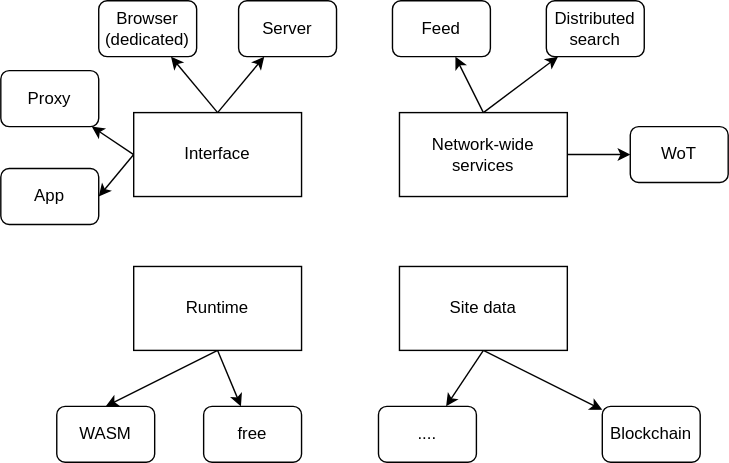
Before: arch.drawio.svg, a diagram exported from draw.io (planetoryd/blog). Source tidied: cells renumbered, new cells last; positions are measured from the earlier drawing's top-left corner, leaving out a move shared by most shapes.
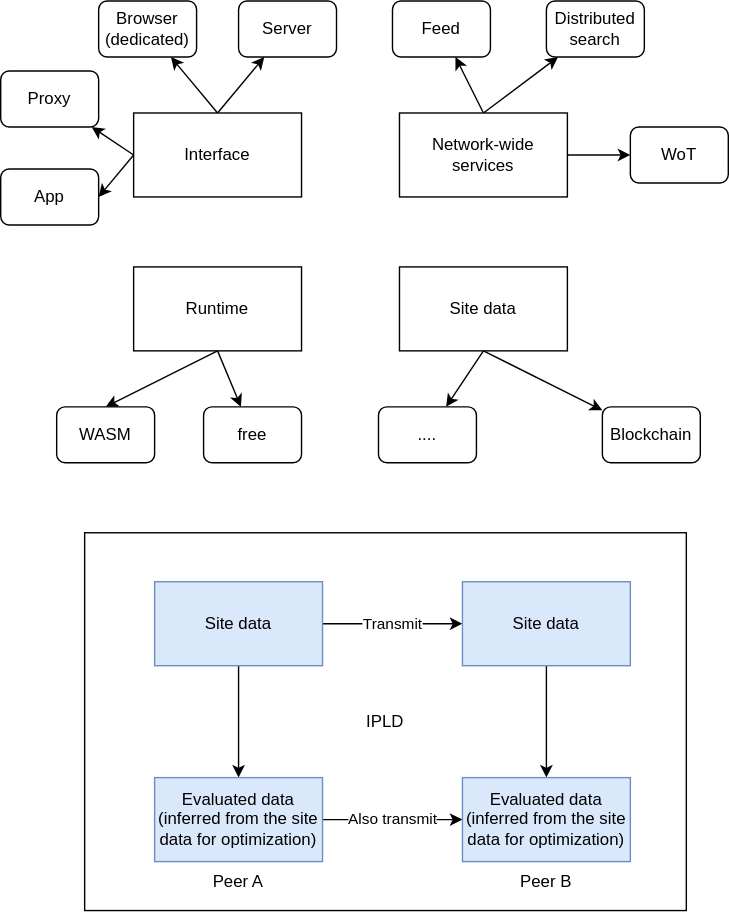
Later version of the same file.

The edit, as a diff of the source:
```diff
@@ -2,6 +2,9 @@
   <root>
     <mxCell id="0" />
     <mxCell id="1" parent="0" />
+    <mxCell id="28" value="IPLD" style="rounded=0;whiteSpace=wrap;html=1;" parent="1" vertex="1">
+      <mxGeometry x="60" y="380" width="430" height="270" as="geometry" />
+    </mxCell>
     <mxCell id="2" style="edgeStyle=none;rounded=0;jettySize=auto;html=1;exitX=0.5;exitY=0;exitDx=0;exitDy=0;" parent="1" edge="1" source="6" target="24">
       <mxGeometry relative="1" as="geometry" />
     </mxCell>
@@ -80,5 +83,35 @@
     <mxCell id="27" value="App" style="rounded=1;whiteSpace=wrap;html=1;" parent="1" vertex="1">
       <mxGeometry y="120" width="70" height="40" as="geometry" />
     </mxCell>
+    <mxCell id="29" style="edgeStyle=orthogonalEdgeStyle;rounded=0;jettySize=auto;html=1;" parent="1" edge="1" source="31" target="33">
+      <mxGeometry relative="1" as="geometry" />
+    </mxCell>
+    <mxCell id="30" value="Transmit" style="edgeStyle=orthogonalEdgeStyle;rounded=0;jettySize=auto;html=1;" parent="1" edge="1" source="31" target="35">
+      <mxGeometry relative="1" as="geometry" />
+    </mxCell>
+    <mxCell id="31" value="Site data" style="rounded=0;whiteSpace=wrap;html=1;fillColor=#dae8fc;strokeColor=#6c8ebf;" parent="1" vertex="1">
+      <mxGeometry x="110" y="415" width="120" height="60" as="geometry" />
+    </mxCell>
+    <mxCell id="32" value="Also transmit" style="edgeStyle=orthogonalEdgeStyle;rounded=0;jettySize=auto;html=1;exitX=1;exitY=0.5;exitDx=0;exitDy=0;" parent="1" edge="1" source="33" target="36">
+      <mxGeometry relative="1" as="geometry" />
+    </mxCell>
+    <mxCell id="33" value="Evaluated data&lt;br&gt;(inferred from the site data for optimization)" style="whiteSpace=wrap;html=1;rounded=0;fillColor=#dae8fc;strokeColor=#6c8ebf;" parent="1" vertex="1">
+      <mxGeometry x="110" y="555" width="120" height="60" as="geometry" />
+    </mxCell>
+    <mxCell id="34" style="edgeStyle=orthogonalEdgeStyle;rounded=0;jettySize=auto;html=1;" parent="1" edge="1" source="35" target="36">
+      <mxGeometry relative="1" as="geometry" />
+    </mxCell>
+    <mxCell id="35" value="Site data" style="rounded=0;whiteSpace=wrap;html=1;fillColor=#dae8fc;strokeColor=#6c8ebf;" parent="1" vertex="1">
+      <mxGeometry x="330" y="415" width="120" height="60" as="geometry" />
+    </mxCell>
+    <mxCell id="36" value="Evaluated data&lt;br&gt;(inferred from the site data for optimization)" style="whiteSpace=wrap;html=1;rounded=0;fillColor=#dae8fc;strokeColor=#6c8ebf;" parent="1" vertex="1">
+      <mxGeometry x="330" y="555" width="120" height="60" as="geometry" />
+    </mxCell>
+    <mxCell id="37" value="Peer A" style="text;html=1;strokeColor=none;fillColor=none;align=center;verticalAlign=middle;whiteSpace=wrap;rounded=0;" parent="1" vertex="1">
+      <mxGeometry x="150" y="620" width="40" height="20" as="geometry" />
+    </mxCell>
+    <mxCell id="38" value="Peer B" style="text;html=1;strokeColor=none;fillColor=none;align=center;verticalAlign=middle;whiteSpace=wrap;rounded=0;" parent="1" vertex="1">
+      <mxGeometry x="370" y="620" width="40" height="20" as="geometry" />
+    </mxCell>
   </root>
 </mxGraphModel>
```
